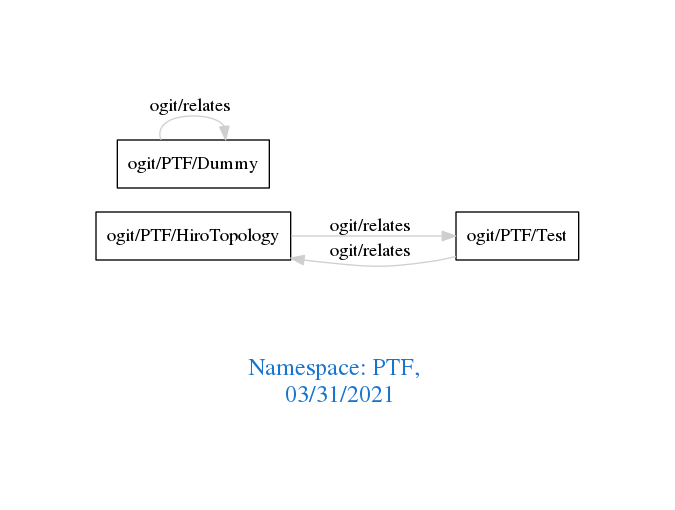
Earlier version of the Graphviz export downloads/PTF.png (arago/OGIT). Its source is kept beside it as downloads/PTF.dot.
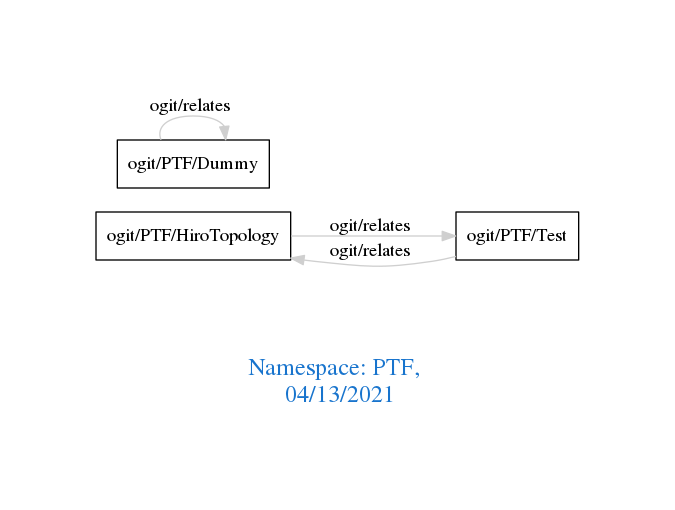
Above is the later version.

What changed in the source:
```diff
@@ -1,7 +1,7 @@
 digraph OGIT_ontology {
  graph [ rankdir= LR,pad=1
 fontsize = 18,
-fontcolor= dodgerblue3,label = "\n\n\nNamespace: PTF, \n 03/31/2021"];
+fontcolor= dodgerblue3,label = "\n\n\nNamespace: PTF, \n 04/13/2021"];
 node[shape=polygon];
 edge [  color="gray81"];
 
```
